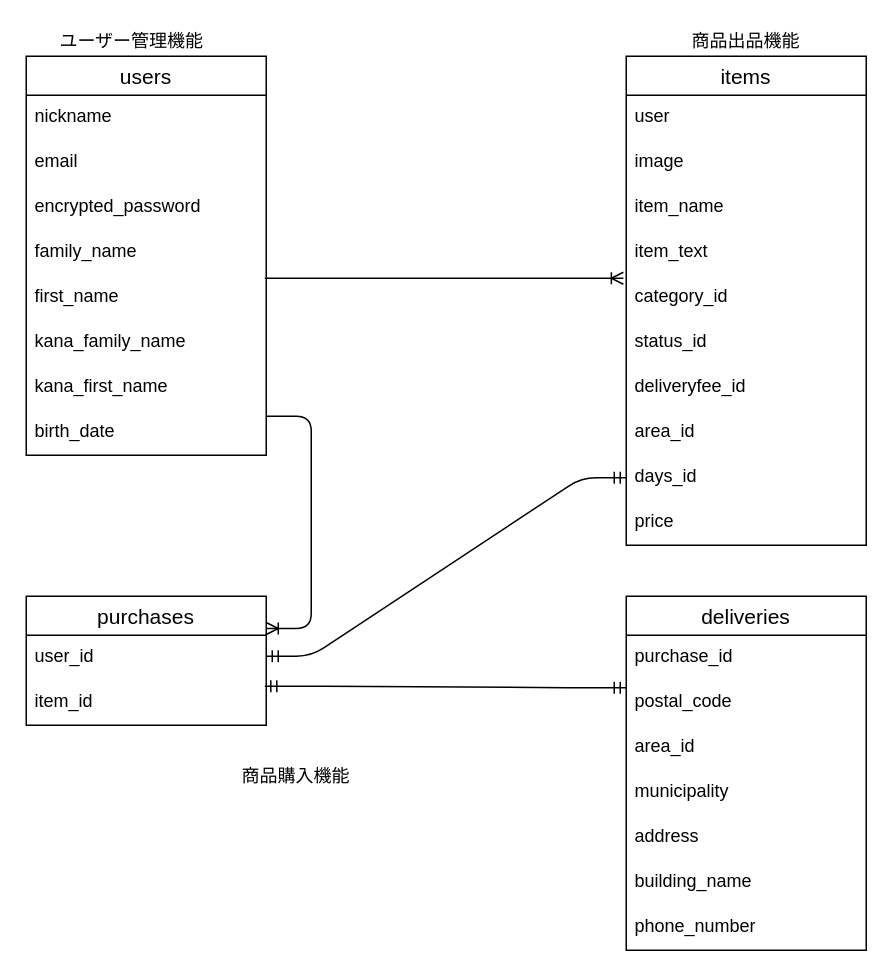
The draw.io diagram furima.dio in akn127/furima-34556, before the edit. Source tidied: cells renumbered, new cells numbered last; positions are measured from the earlier drawing's top-left corner, leaving out a move shared by most shapes. Both pictures are drawn from the tidied source at 150%, with x=0, y=0 at pixel (26, 26).
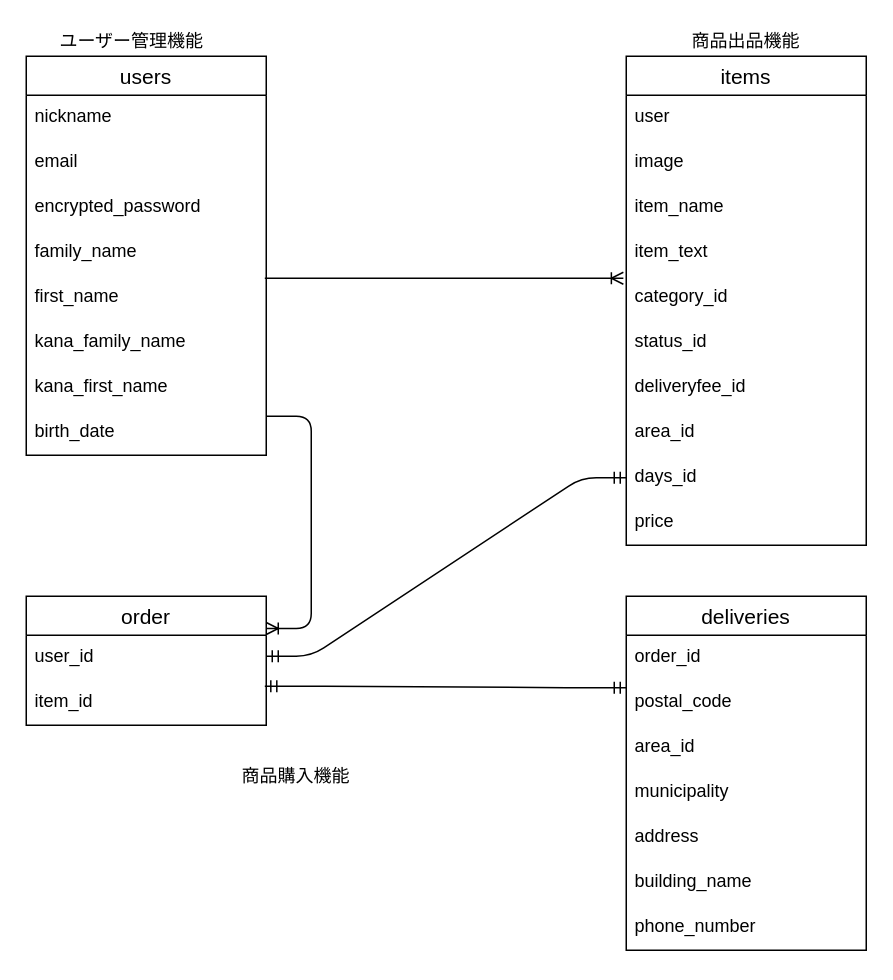
The same diagram, later.

Unchanged cells that the change refers to:
```xml
<mxCell id="23" value="deliveries" style="swimlane;fontStyle=0;horizontal=1;startSize=26;align=center;fontSize=14;" parent="1" vertex="1">
  <mxGeometry x="400" y="380" width="160" height="236" as="geometry" />
</mxCell>
```

The edit, as a diff of the source:
```diff
@@
-    <mxCell id="24" value="purchase_id" style="text;strokeColor=none;fillColor=none;spacingLeft=4;spacingRight=4;overflow=hidden;fontSize=12;" parent="23" vertex="1">
+    <mxCell id="24" value="order_id" style="text;strokeColor=none;fillColor=none;spacingLeft=4;spacingRight=4;overflow=hidden;fontSize=12;" parent="23" vertex="1">
       <mxGeometry y="26" width="160" height="30" as="geometry" />
     </mxCell>
@@
-    <mxCell id="34" value="purchases" style="swimlane;fontStyle=0;horizontal=1;startSize=26;align=center;fontSize=14;" parent="1" vertex="1">
+    <mxCell id="34" value="order" style="swimlane;fontStyle=0;horizontal=1;startSize=26;align=center;fontSize=14;" parent="1" vertex="1">
       <mxGeometry y="380" width="160" height="86" as="geometry" />
     </mxCell>
```
